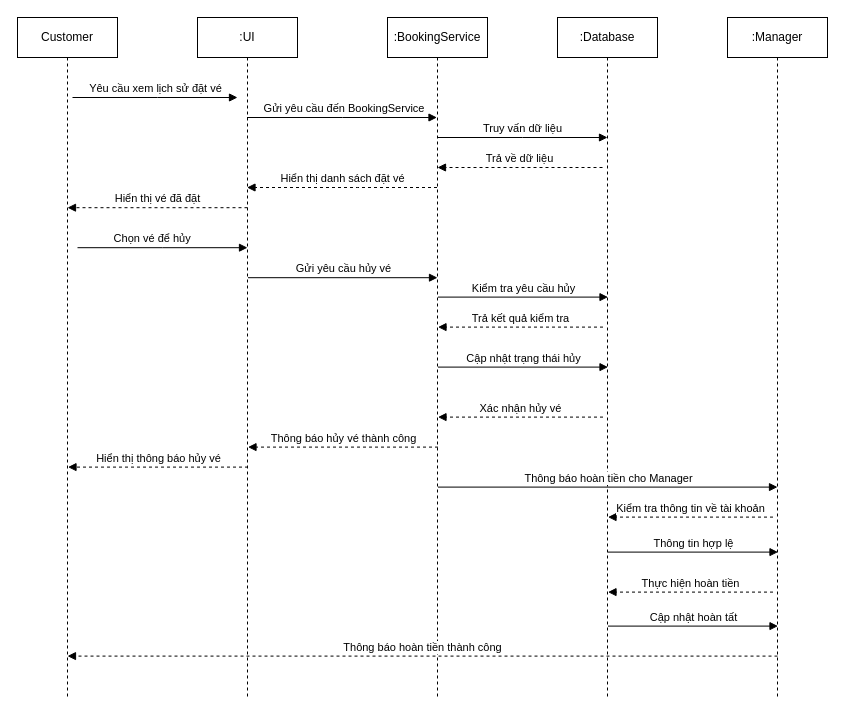
The draw.io diagram Sequence.drawio in anhquan1111/PBL3, before the edit. Source tidied: cells renumbered, new cells numbered last; positions are measured from the earlier drawing's top-left corner, leaving out a move shared by most shapes. Both pictures are drawn from the tidied source at 100%, with x=0, y=0 at pixel (17, 17).
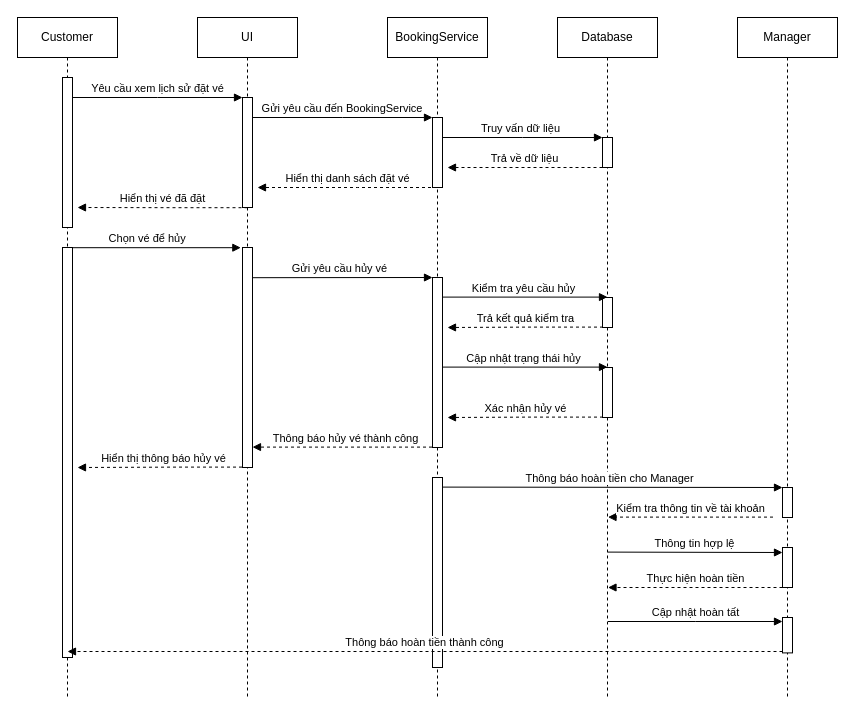
The same diagram, later.

Commit message (it also covers changes not shown here):
Cập nhật Sequence.drawio

The change refers to these unchanged cells:
```xml
<mxCell id="2" value="Customer" style="shape=umlLifeline;perimeter=lifelinePerimeter;whiteSpace=wrap;html=1;newEdgeStyle={&quot;edgeStyle&quot;:&quot;elbowEdgeStyle&quot;,&quot;elbow&quot;:&quot;vertical&quot;,&quot;curved&quot;:0,&quot;rounded&quot;:0};" parent="1" vertex="1">
  <mxGeometry width="100" height="680" as="geometry" />
</mxCell>
```

Change to the diagram source:
```diff
@@
-    <mxCell id="3" value=":UI" style="shape=umlLifeline;perimeter=lifelinePerimeter;whiteSpace=wrap;html=1;outlineConnect=0;portConstraint=eastwest;newEdgeStyle={&quot;edgeStyle&quot;:&quot;elbowEdgeStyle&quot;,&quot;elbow&quot;:&quot;vertical&quot;,&quot;curved&quot;:0,&quot;rounded&quot;:0};" parent="1" vertex="1">
-      <mxGeometry x="180" width="100" height="680" as="geometry" />
-    </mxCell>
+    <mxCell id="27" style="html=1;perimeter=orthogonalPerimeter;targetShapes=umlLifeline;newEdgeStyle={&quot;edgeStyle&quot;:&quot;elbowEdgeStyle&quot;,&quot;elbow&quot;:&quot;vertical&quot;,&quot;curved&quot;:0,&quot;rounded&quot;:0};" parent="2" vertex="1">
+      <mxGeometry x="45" y="60" width="10" height="150" as="geometry" />
+    </mxCell>
+    <mxCell id="28" style="html=1;points=[];perimeter=orthogonalPerimeter;outlineConnect=0;targetShapes=umlLifeline;portConstraint=eastwest;newEdgeStyle={&quot;edgeStyle&quot;:&quot;elbowEdgeStyle&quot;,&quot;elbow&quot;:&quot;vertical&quot;,&quot;curved&quot;:0,&quot;rounded&quot;:0};" parent="2" vertex="1">
+      <mxGeometry x="45" y="230" width="10" height="410" as="geometry" />
+    </mxCell>
-    <mxCell id="4" value="Yêu cầu xem lịch sử đặt vé" style="html=1;verticalAlign=bottom;endArrow=block;edgeStyle=elbowEdgeStyle;elbow=vertical;curved=0;rounded=0;" parent="1" edge="1">
+    <mxCell id="4" value="Yêu cầu xem lịch sử đặt vé" style="html=1;verticalAlign=bottom;endArrow=block;edgeStyle=elbowEdgeStyle;elbow=vertical;curved=0;rounded=0;" parent="1" edge="1" target="35">
       <mxGeometry relative="1" as="geometry">
         <mxPoint x="55" y="80" as="sourcePoint" />
-        <mxPoint x="220" y="80" as="targetPoint" />
         <Array as="points">
           <mxPoint x="140" y="80" />
         </Array>
       </mxGeometry>
     </mxCell>
-    <mxCell id="5" value="&amp;nbsp;Gửi yêu cầu đến BookingService" style="html=1;verticalAlign=bottom;endArrow=block;edgeStyle=elbowEdgeStyle;elbow=vertical;curved=0;rounded=0;" parent="1" edge="1" source="3" target="6">
+    <mxCell id="5" value="&amp;nbsp;Gửi yêu cầu đến BookingService" style="html=1;verticalAlign=bottom;endArrow=block;edgeStyle=elbowEdgeStyle;elbow=vertical;curved=0;rounded=0;" parent="1" edge="1" source="3" target="37">
       <mxGeometry relative="1" as="geometry">
         <Array as="points">
           <mxPoint x="325" y="100" />
         </Array>
       </mxGeometry>
     </mxCell>
-    <mxCell id="6" value=":BookingService" style="shape=umlLifeline;perimeter=lifelinePerimeter;whiteSpace=wrap;html=1;outlineConnect=0;portConstraint=eastwest;newEdgeStyle={&quot;edgeStyle&quot;:&quot;elbowEdgeStyle&quot;,&quot;elbow&quot;:&quot;vertical&quot;,&quot;curved&quot;:0,&quot;rounded&quot;:0};" parent="1" vertex="1">
-      <mxGeometry x="370" width="100" height="680" as="geometry" />
-    </mxCell>
-    <mxCell id="7" value=":Database" style="shape=umlLifeline;perimeter=lifelinePerimeter;whiteSpace=wrap;html=1;newEdgeStyle={&quot;edgeStyle&quot;:&quot;elbowEdgeStyle&quot;,&quot;elbow&quot;:&quot;vertical&quot;,&quot;curved&quot;:0,&quot;rounded&quot;:0};" parent="1" vertex="1">
+    <mxCell id="7" value="Database" style="shape=umlLifeline;perimeter=lifelinePerimeter;whiteSpace=wrap;html=1;newEdgeStyle={&quot;edgeStyle&quot;:&quot;elbowEdgeStyle&quot;,&quot;elbow&quot;:&quot;vertical&quot;,&quot;curved&quot;:0,&quot;rounded&quot;:0};" parent="1" vertex="1">
       <mxGeometry x="540" width="100" height="680" as="geometry" />
     </mxCell>
+    <mxCell id="29" style="html=1;points=[];perimeter=orthogonalPerimeter;outlineConnect=0;targetShapes=umlLifeline;portConstraint=eastwest;newEdgeStyle={&quot;edgeStyle&quot;:&quot;elbowEdgeStyle&quot;,&quot;elbow&quot;:&quot;vertical&quot;,&quot;curved&quot;:0,&quot;rounded&quot;:0};" parent="7" vertex="1">
+      <mxGeometry x="45" y="120" width="10" height="30" as="geometry" />
+    </mxCell>
+    <mxCell id="30" style="html=1;perimeter=orthogonalPerimeter;targetShapes=umlLifeline;newEdgeStyle={&quot;edgeStyle&quot;:&quot;elbowEdgeStyle&quot;,&quot;elbow&quot;:&quot;vertical&quot;,&quot;curved&quot;:0,&quot;rounded&quot;:0};" parent="7" vertex="1">
+      <mxGeometry x="45" y="280" width="10" height="30" as="geometry" />
+    </mxCell>
+    <mxCell id="31" style="html=1;points=[];perimeter=orthogonalPerimeter;outlineConnect=0;targetShapes=umlLifeline;portConstraint=eastwest;newEdgeStyle={&quot;edgeStyle&quot;:&quot;elbowEdgeStyle&quot;,&quot;elbow&quot;:&quot;vertical&quot;,&quot;curved&quot;:0,&quot;rounded&quot;:0};" parent="7" vertex="1">
+      <mxGeometry x="45" y="350" width="10" height="50" as="geometry" />
+    </mxCell>
-    <mxCell id="8" value="Truy vấn dữ liệu" style="html=1;verticalAlign=bottom;endArrow=block;edgeStyle=elbowEdgeStyle;elbow=vertical;curved=0;rounded=0;" parent="1" edge="1">
+    <mxCell id="8" value="Truy vấn dữ liệu" style="html=1;verticalAlign=bottom;endArrow=block;edgeStyle=elbowEdgeStyle;elbow=vertical;curved=0;rounded=0;" parent="1" edge="1" target="29">
       <mxGeometry relative="1" as="geometry">
         <mxPoint x="420" y="120" as="sourcePoint" />
-        <mxPoint x="590" y="120" as="targetPoint" />
         <Array as="points">
           <mxPoint x="505" y="120" />
         </Array>
       </mxGeometry>
     </mxCell>
-    <mxCell id="9" value=":Manager" style="shape=umlLifeline;perimeter=lifelinePerimeter;whiteSpace=wrap;html=1;newEdgeStyle={&quot;edgeStyle&quot;:&quot;elbowEdgeStyle&quot;,&quot;elbow&quot;:&quot;vertical&quot;,&quot;curved&quot;:0,&quot;rounded&quot;:0};" parent="1" vertex="1">
-      <mxGeometry x="710" width="100" height="680" as="geometry" />
+    <mxCell id="9" value="Manager" style="shape=umlLifeline;perimeter=lifelinePerimeter;whiteSpace=wrap;html=1;newEdgeStyle={&quot;edgeStyle&quot;:&quot;elbowEdgeStyle&quot;,&quot;elbow&quot;:&quot;vertical&quot;,&quot;curved&quot;:0,&quot;rounded&quot;:0};" parent="1" vertex="1">
+      <mxGeometry x="720" width="100" height="680" as="geometry" />
     </mxCell>
+    <mxCell id="32" style="html=1;points=[];perimeter=orthogonalPerimeter;outlineConnect=0;targetShapes=umlLifeline;portConstraint=eastwest;newEdgeStyle={&quot;edgeStyle&quot;:&quot;elbowEdgeStyle&quot;,&quot;elbow&quot;:&quot;vertical&quot;,&quot;curved&quot;:0,&quot;rounded&quot;:0};" parent="9" vertex="1">
+      <mxGeometry x="45" y="470" width="10" height="30" as="geometry" />
+    </mxCell>
+    <mxCell id="33" style="html=1;points=[];perimeter=orthogonalPerimeter;outlineConnect=0;targetShapes=umlLifeline;portConstraint=eastwest;newEdgeStyle={&quot;edgeStyle&quot;:&quot;elbowEdgeStyle&quot;,&quot;elbow&quot;:&quot;vertical&quot;,&quot;curved&quot;:0,&quot;rounded&quot;:0};" parent="9" vertex="1">
+      <mxGeometry x="45" y="530" width="10" height="40" as="geometry" />
+    </mxCell>
     <mxCell id="10" value="Trả về dữ liệu" style="html=1;verticalAlign=bottom;endArrow=block;edgeStyle=elbowEdgeStyle;elbow=horizontal;curved=0;rounded=0;dashed=1;" parent="1" edge="1">
       <mxGeometry relative="1" as="geometry">
         <mxPoint x="585" y="150" as="sourcePoint" />
-        <mxPoint x="420" y="150" as="targetPoint" />
+        <mxPoint x="430" y="150" as="targetPoint" />
         <Array as="points">
           <mxPoint x="510" y="150" />
         </Array>
       </mxGeometry>
     </mxCell>
     <mxCell id="11" value="Hiển thị danh sách đặt vé" style="html=1;verticalAlign=bottom;endArrow=block;edgeStyle=elbowEdgeStyle;elbow=horizontal;curved=0;rounded=0;dashed=1;" parent="1" edge="1">
       <mxGeometry relative="1" as="geometry">
         <mxPoint x="419.5" y="170" as="sourcePoint" />
-        <mxPoint x="229.5" y="170" as="targetPoint" />
+        <mxPoint x="240" y="170" as="targetPoint" />
         <Array as="points">
           <mxPoint x="340" y="170" />
         </Array>
       </mxGeometry>
     </mxCell>
     <mxCell id="12" value="Hiển thị vé đã đặt" style="html=1;verticalAlign=bottom;endArrow=block;edgeStyle=elbowEdgeStyle;elbow=horizontal;curved=0;rounded=0;dashed=1;" parent="1" edge="1">
       <mxGeometry relative="1" as="geometry">
         <mxPoint x="230" y="190.2" as="sourcePoint" />
-        <mxPoint x="50" y="190.2" as="targetPoint" />
+        <mxPoint x="60" y="190" as="targetPoint" />
         <Array as="points">
           <mxPoint x="161" y="190.2" />
         </Array>
       </mxGeometry>
     </mxCell>
-    <mxCell id="13" value="Chọn vé để hủy&lt;span style=&quot;white-space: pre;&quot;&gt;&#9;&lt;/span&gt;" style="html=1;verticalAlign=bottom;endArrow=block;edgeStyle=elbowEdgeStyle;elbow=vertical;curved=0;rounded=0;" parent="1" edge="1">
+    <mxCell id="13" value="Chọn vé để hủy&lt;span style=&quot;white-space: pre;&quot;&gt;&#9;&lt;/span&gt;" style="html=1;verticalAlign=bottom;endArrow=block;edgeStyle=elbowEdgeStyle;elbow=vertical;curved=0;rounded=0;entryX=-0.167;entryY=0.005;entryDx=0;entryDy=0;entryPerimeter=0;" parent="1" edge="1" source="28" target="36">
       <mxGeometry relative="1" as="geometry">
-        <mxPoint x="60" y="230.2" as="sourcePoint" />
-        <mxPoint x="230" y="230.2" as="targetPoint" />
         <Array as="points">
           <mxPoint x="145" y="230.2" />
         </Array>
       </mxGeometry>
     </mxCell>
-    <mxCell id="14" value="Gửi yêu cầu hủy vé" style="html=1;verticalAlign=bottom;endArrow=block;edgeStyle=elbowEdgeStyle;elbow=vertical;curved=0;rounded=0;" parent="1" edge="1">
+    <mxCell id="14" value="Gửi yêu cầu hủy vé" style="html=1;verticalAlign=bottom;endArrow=block;edgeStyle=elbowEdgeStyle;elbow=vertical;curved=0;rounded=0;" parent="1" edge="1" target="38">
       <mxGeometry relative="1" as="geometry">
         <mxPoint x="230.5" y="260.2" as="sourcePoint" />
-        <mxPoint x="420" y="260.2" as="targetPoint" />
         <Array as="points">
-          <mxPoint x="315.5" y="260.2" />
+          <mxPoint x="420" y="260" />
         </Array>
       </mxGeometry>
     </mxCell>
     <mxCell id="15" value="Kiểm tra yêu cầu hủy" style="html=1;verticalAlign=bottom;endArrow=block;edgeStyle=elbowEdgeStyle;elbow=vertical;curved=0;rounded=0;" parent="1" edge="1">
       <mxGeometry relative="1" as="geometry">
         <mxPoint x="420.5" y="279.6" as="sourcePoint" />
-        <mxPoint x="590.5" y="279.6" as="targetPoint" />
+        <mxPoint x="590" y="280" as="targetPoint" />
         <Array as="points">
           <mxPoint x="505.5" y="279.6" />
         </Array>
       </mxGeometry>
     </mxCell>
     <mxCell id="16" value="Trả kết quả kiểm tra" style="html=1;verticalAlign=bottom;endArrow=block;edgeStyle=elbowEdgeStyle;elbow=horizontal;curved=0;rounded=0;dashed=1;" parent="1" edge="1">
       <mxGeometry relative="1" as="geometry">
         <mxPoint x="585.5" y="309.6" as="sourcePoint" />
-        <mxPoint x="420.5" y="309.6" as="targetPoint" />
+        <mxPoint x="430" y="310" as="targetPoint" />
         <Array as="points">
           <mxPoint x="510.5" y="309.6" />
         </Array>
       </mxGeometry>
     </mxCell>
-    <mxCell id="17" value="Cập nhật trạng thái hủy" style="html=1;verticalAlign=bottom;endArrow=block;edgeStyle=elbowEdgeStyle;elbow=vertical;curved=0;rounded=0;" parent="1" edge="1">
+    <mxCell id="17" value="Cập nhật trạng thái hủy" style="html=1;verticalAlign=bottom;endArrow=block;edgeStyle=elbowEdgeStyle;elbow=vertical;curved=0;rounded=0;" parent="1" edge="1" target="31">
       <mxGeometry relative="1" as="geometry">
         <mxPoint x="420.5" y="349.6" as="sourcePoint" />
-        <mxPoint x="590.5" y="349.6" as="targetPoint" />
         <Array as="points">
           <mxPoint x="505.5" y="349.6" />
         </Array>
       </mxGeometry>
     </mxCell>
     <mxCell id="18" value="Xác nhận hủy vé" style="html=1;verticalAlign=bottom;endArrow=block;edgeStyle=elbowEdgeStyle;elbow=horizontal;curved=0;rounded=0;dashed=1;" parent="1" edge="1">
       <mxGeometry relative="1" as="geometry">
         <mxPoint x="585.5" y="399.6" as="sourcePoint" />
-        <mxPoint x="420.5" y="399.6" as="targetPoint" />
+        <mxPoint x="430" y="400" as="targetPoint" />
         <Array as="points">
           <mxPoint x="510.5" y="399.6" />
         </Array>
       </mxGeometry>
     </mxCell>
@@
-    <mxCell id="20" value="Thông báo hủy vé thành công" style="html=1;verticalAlign=bottom;endArrow=block;edgeStyle=elbowEdgeStyle;elbow=horizontal;curved=0;rounded=0;dashed=1;" parent="1" edge="1">
+    <mxCell id="20" value="Thông báo hủy vé thành công" style="html=1;verticalAlign=bottom;endArrow=block;edgeStyle=elbowEdgeStyle;elbow=horizontal;curved=0;rounded=0;dashed=1;" parent="1" edge="1" target="36">
       <mxGeometry relative="1" as="geometry">
         <mxPoint x="420.5" y="429.6" as="sourcePoint" />
-        <mxPoint x="230.5" y="429.6" as="targetPoint" />
         <Array as="points">
           <mxPoint x="340.5" y="429.6" />
         </Array>
       </mxGeometry>
     </mxCell>
     <mxCell id="21" value="Hiển thị thông báo hủy vé" style="html=1;verticalAlign=bottom;endArrow=block;edgeStyle=elbowEdgeStyle;elbow=horizontal;curved=0;rounded=0;dashed=1;" parent="1" edge="1">
       <mxGeometry relative="1" as="geometry">
         <mxPoint x="230.5" y="449.6" as="sourcePoint" />
-        <mxPoint x="50.5" y="449.6" as="targetPoint" />
+        <mxPoint x="60" y="450" as="targetPoint" />
         <Array as="points">
           <mxPoint x="161.5" y="449.6" />
         </Array>
       </mxGeometry>
     </mxCell>
-    <mxCell id="22" value="Thông báo hoàn tiền cho Manager" style="html=1;verticalAlign=bottom;endArrow=block;edgeStyle=elbowEdgeStyle;elbow=vertical;curved=0;rounded=0;" parent="1" edge="1">
+    <mxCell id="22" value="Thông báo hoàn tiền cho Manager" style="html=1;verticalAlign=bottom;endArrow=block;edgeStyle=elbowEdgeStyle;elbow=vertical;curved=0;rounded=0;" parent="1" edge="1" target="32">
       <mxGeometry relative="1" as="geometry">
         <mxPoint x="420.5" y="469.6" as="sourcePoint" />
-        <mxPoint x="760" y="469.6" as="targetPoint" />
         <Array as="points">
-          <mxPoint x="505.5" y="469.6" />
+          <mxPoint x="760" y="470" />
         </Array>
       </mxGeometry>
     </mxCell>
-    <mxCell id="23" value="Thông tin hợp lệ" style="html=1;verticalAlign=bottom;endArrow=block;edgeStyle=elbowEdgeStyle;elbow=vertical;curved=0;rounded=0;" parent="1" edge="1">
+    <mxCell id="23" value="Thông tin hợp lệ" style="html=1;verticalAlign=bottom;endArrow=block;edgeStyle=elbowEdgeStyle;elbow=vertical;curved=0;rounded=0;" parent="1" edge="1" target="33">
       <mxGeometry relative="1" as="geometry">
         <mxPoint x="590.5" y="534.6" as="sourcePoint" />
-        <mxPoint x="760.5" y="534.6" as="targetPoint" />
         <Array as="points">
-          <mxPoint x="675.5" y="534.6" />
+          <mxPoint x="740" y="535" />
         </Array>
       </mxGeometry>
     </mxCell>
-    <mxCell id="24" value="Thực hiện hoàn tiền" style="html=1;verticalAlign=bottom;endArrow=block;edgeStyle=elbowEdgeStyle;elbow=horizontal;curved=0;rounded=0;dashed=1;" parent="1" edge="1">
+    <mxCell id="24" value="Thực hiện hoàn tiền" style="html=1;verticalAlign=bottom;endArrow=block;edgeStyle=elbowEdgeStyle;elbow=horizontal;curved=0;rounded=0;dashed=1;" parent="1" edge="1" source="33">
       <mxGeometry relative="1" as="geometry">
-        <mxPoint x="755.5" y="574.6" as="sourcePoint" />
-        <mxPoint x="590.5" y="574.6" as="targetPoint" />
+        <mxPoint x="590.5" y="570" as="targetPoint" />
         <Array as="points">
-          <mxPoint x="680.5" y="574.6" />
+          <mxPoint x="680.5" y="570" />
         </Array>
       </mxGeometry>
     </mxCell>
+    <mxCell id="34" style="html=1;points=[];perimeter=orthogonalPerimeter;outlineConnect=0;targetShapes=umlLifeline;portConstraint=eastwest;newEdgeStyle={&quot;edgeStyle&quot;:&quot;elbowEdgeStyle&quot;,&quot;elbow&quot;:&quot;vertical&quot;,&quot;curved&quot;:0,&quot;rounded&quot;:0};" parent="1" vertex="1">
+      <mxGeometry x="765" y="600" width="10" height="35.4" as="geometry" />
+    </mxCell>
+    <mxCell id="3" value="UI" style="shape=umlLifeline;perimeter=lifelinePerimeter;whiteSpace=wrap;html=1;outlineConnect=0;portConstraint=eastwest;newEdgeStyle={&quot;edgeStyle&quot;:&quot;elbowEdgeStyle&quot;,&quot;elbow&quot;:&quot;vertical&quot;,&quot;curved&quot;:0,&quot;rounded&quot;:0};" parent="1" vertex="1">
+      <mxGeometry x="180" width="100" height="680" as="geometry" />
+    </mxCell>
+    <mxCell id="35" style="html=1;points=[];perimeter=orthogonalPerimeter;outlineConnect=0;targetShapes=umlLifeline;portConstraint=eastwest;newEdgeStyle={&quot;edgeStyle&quot;:&quot;elbowEdgeStyle&quot;,&quot;elbow&quot;:&quot;vertical&quot;,&quot;curved&quot;:0,&quot;rounded&quot;:0};" parent="3" vertex="1">
+      <mxGeometry x="45" y="80" width="10" height="110" as="geometry" />
+    </mxCell>
+    <mxCell id="36" style="html=1;points=[];perimeter=orthogonalPerimeter;outlineConnect=0;targetShapes=umlLifeline;portConstraint=eastwest;newEdgeStyle={&quot;edgeStyle&quot;:&quot;elbowEdgeStyle&quot;,&quot;elbow&quot;:&quot;vertical&quot;,&quot;curved&quot;:0,&quot;rounded&quot;:0};" parent="3" vertex="1">
+      <mxGeometry x="45" y="230" width="10" height="220" as="geometry" />
+    </mxCell>
+    <mxCell id="6" value="BookingService" style="shape=umlLifeline;perimeter=lifelinePerimeter;whiteSpace=wrap;html=1;outlineConnect=0;portConstraint=eastwest;newEdgeStyle={&quot;edgeStyle&quot;:&quot;elbowEdgeStyle&quot;,&quot;elbow&quot;:&quot;vertical&quot;,&quot;curved&quot;:0,&quot;rounded&quot;:0};" parent="1" vertex="1">
+      <mxGeometry x="370" width="100" height="680" as="geometry" />
+    </mxCell>
+    <mxCell id="37" style="html=1;points=[];perimeter=orthogonalPerimeter;outlineConnect=0;targetShapes=umlLifeline;portConstraint=eastwest;newEdgeStyle={&quot;edgeStyle&quot;:&quot;elbowEdgeStyle&quot;,&quot;elbow&quot;:&quot;vertical&quot;,&quot;curved&quot;:0,&quot;rounded&quot;:0};" parent="6" vertex="1">
+      <mxGeometry x="45" y="100" width="10" height="70" as="geometry" />
+    </mxCell>
+    <mxCell id="38" style="html=1;points=[];perimeter=orthogonalPerimeter;outlineConnect=0;targetShapes=umlLifeline;portConstraint=eastwest;newEdgeStyle={&quot;edgeStyle&quot;:&quot;elbowEdgeStyle&quot;,&quot;elbow&quot;:&quot;vertical&quot;,&quot;curved&quot;:0,&quot;rounded&quot;:0};" parent="6" vertex="1">
+      <mxGeometry x="45" y="260" width="10" height="170" as="geometry" />
+    </mxCell>
+    <mxCell id="39" style="html=1;perimeter=orthogonalPerimeter;targetShapes=umlLifeline;newEdgeStyle={&quot;edgeStyle&quot;:&quot;elbowEdgeStyle&quot;,&quot;elbow&quot;:&quot;vertical&quot;,&quot;curved&quot;:0,&quot;rounded&quot;:0};" parent="6" vertex="1">
+      <mxGeometry x="45" y="460" width="10" height="190" as="geometry" />
+    </mxCell>
+    <mxCell id="26" value="Thông báo hoàn tiền thành công" style="html=1;verticalAlign=bottom;endArrow=block;edgeStyle=elbowEdgeStyle;elbow=horizontal;curved=0;rounded=0;dashed=1;" parent="1" edge="1" source="34">
+      <mxGeometry relative="1" as="geometry">
+        <mxPoint x="50" y="634" as="targetPoint" />
+        <Array as="points">
+          <mxPoint x="680.5" y="634" />
+        </Array>
+      </mxGeometry>
+    </mxCell>
-    <mxCell id="25" value="Cập nhật hoàn tất" style="html=1;verticalAlign=bottom;endArrow=block;edgeStyle=elbowEdgeStyle;elbow=vertical;curved=0;rounded=0;" parent="1" edge="1">
+    <mxCell id="25" value="Cập nhật hoàn tất" style="html=1;verticalAlign=bottom;endArrow=block;edgeStyle=elbowEdgeStyle;elbow=vertical;curved=0;rounded=0;" parent="1" edge="1" target="34">
       <mxGeometry relative="1" as="geometry">
-        <mxPoint x="590.5" y="608.6" as="sourcePoint" />
-        <mxPoint x="760.5" y="608.6" as="targetPoint" />
-        <Array as="points">
-          <mxPoint x="675.5" y="608.6" />
-        </Array>
+        <mxPoint x="590.5" y="604" as="sourcePoint" />
       </mxGeometry>
     </mxCell>
-    <mxCell id="26" value="Thông báo hoàn tiền thành công" style="html=1;verticalAlign=bottom;endArrow=block;edgeStyle=elbowEdgeStyle;elbow=horizontal;curved=0;rounded=0;dashed=1;" parent="1" edge="1">
-      <mxGeometry relative="1" as="geometry">
-        <mxPoint x="760" y="638.6" as="sourcePoint" />
-        <mxPoint x="50" y="638.6" as="targetPoint" />
-        <Array as="points">
-          <mxPoint x="680.5" y="638.6" />
-        </Array>
-      </mxGeometry>
-    </mxCell>
```
